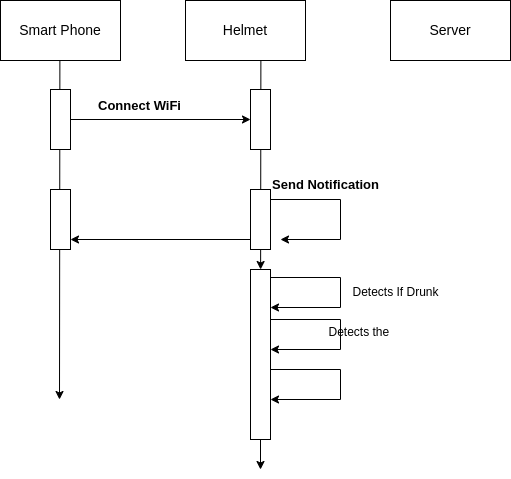
Above: sequence diagram.drawio.png in rushikesh-mallanath/draw (draw.io), before the change. Source tidied: cells renumbered, new cells last; positions are measured from the earlier drawing's top-left corner, leaving out a move shared by most shapes.
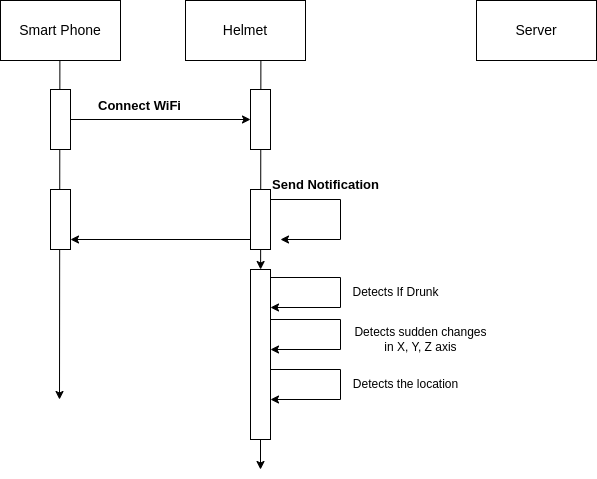
After the commit.

Diff of the diagram source:
```diff
@@ -54,7 +54,7 @@
       </mxGeometry>
     </mxCell>
     <mxCell id="13" value="&lt;font style=&quot;font-size: 14px;&quot;&gt;Server&lt;/font&gt;" style="rounded=0;whiteSpace=wrap;html=1;" parent="1" vertex="1">
-      <mxGeometry x="390" width="120" height="60" as="geometry" />
+      <mxGeometry x="476" width="120" height="60" as="geometry" />
     </mxCell>
     <mxCell id="14" style="endArrow=classic;html=1;rounded=0;" parent="1" edge="1" target="15">
       <mxGeometry relative="1" as="geometry">
@@ -106,8 +106,11 @@
     <mxCell id="21" value="Detects If Drunk" style="text;html=1;align=center;verticalAlign=middle;strokeColor=none;fillColor=none;" parent="1" vertex="1">
       <mxGeometry x="340" y="277" width="110" height="30" as="geometry" />
     </mxCell>
-    <mxCell id="22" value="Detects the&amp;nbsp;" style="text;html=1;align=center;verticalAlign=middle;strokeColor=none;fillColor=none;" parent="1" vertex="1">
-      <mxGeometry x="315" y="317" width="90" height="30" as="geometry" />
+    <mxCell id="22" value="Detects sudden changes&lt;br&gt;&amp;nbsp;in X, Y, Z axis&amp;nbsp;" style="text;html=1;align=center;verticalAlign=middle;strokeColor=none;fillColor=none;" parent="1" vertex="1">
+      <mxGeometry x="340" y="319" width="160" height="40" as="geometry" />
     </mxCell>
+    <mxCell id="23" value="Detects the location" style="text;html=1;align=center;verticalAlign=middle;strokeColor=none;fillColor=none;" parent="1" vertex="1">
+      <mxGeometry x="340" y="369" width="130" height="30" as="geometry" />
+    </mxCell>
   </root>
 </mxGraphModel>
```
